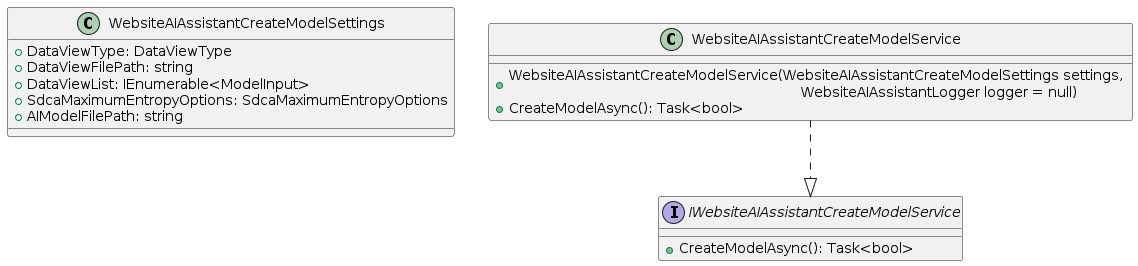
Above: Docs/WebsiteAIAssistantCreateModelService.png in VeritasSoftware/WebsiteAIAssistant (PlantUML), before the change.
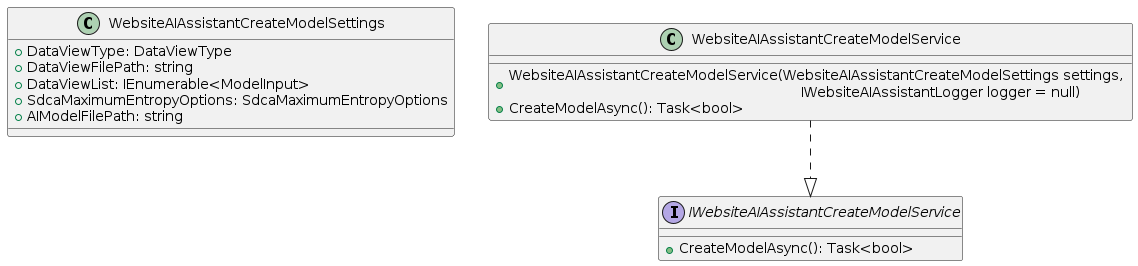
Above is the later version.

Commit message:
updated uml & class diagram for create model service.

The edit, as a diff of the source:
```diff
@@ -15,7 +15,7 @@
 
 class WebsiteAIAssistantCreateModelService
 {
-  + WebsiteAIAssistantCreateModelService(WebsiteAIAssistantCreateModelSettings settings, \n \t \t \t \t \t  \t \t \t \t WebsiteAIAssistantLogger logger = null)
+  + WebsiteAIAssistantCreateModelService(WebsiteAIAssistantCreateModelSettings settings, \n \t \t \t \t \t  \t \t \t \t IWebsiteAIAssistantLogger logger = null)
   + CreateModelAsync(): Task<bool>
 }
 
```
